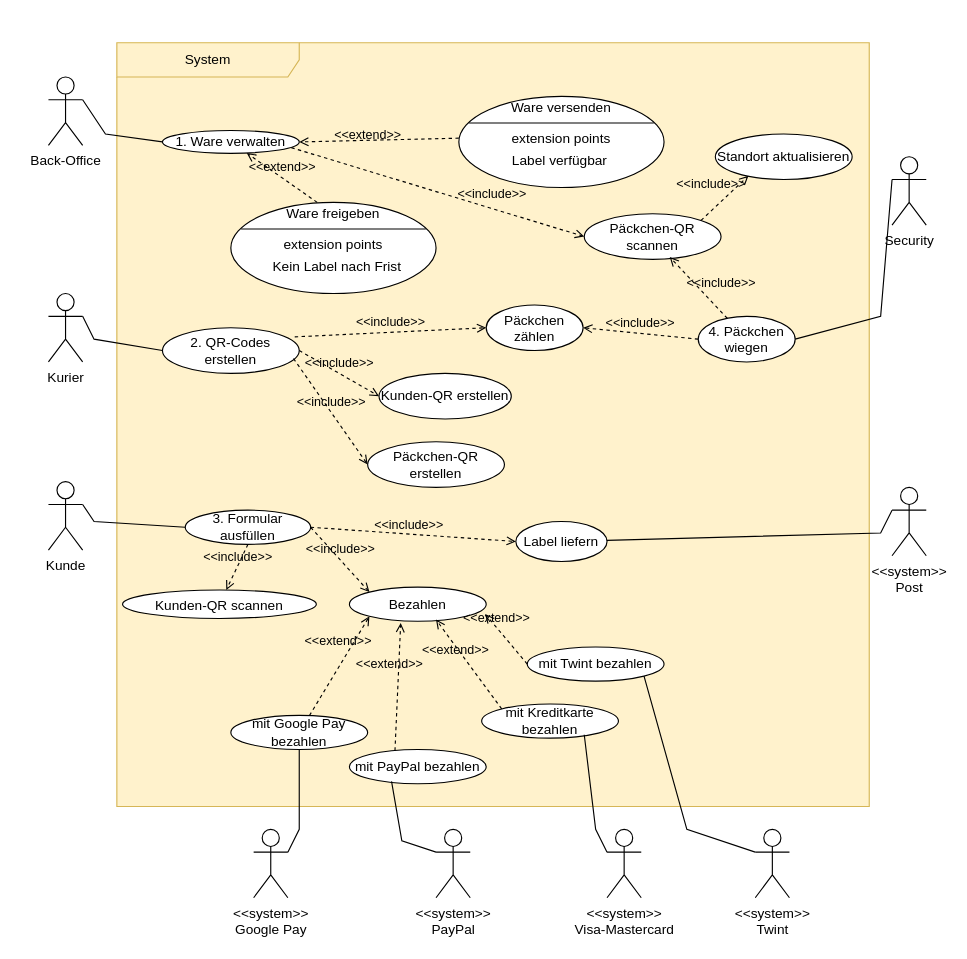
ferreric/ffhs_swem keeps this draw.io diagram as GOWSI_lb_use-case-big.drawio. Above is the earlier version. Source tidied: cells renumbered, new cells numbered last; positions are measured from the earlier drawing's top-left corner, leaving out a move shared by most shapes. Both pictures are drawn from the tidied source at 114%, with x=0, y=0 at pixel (48, 42).
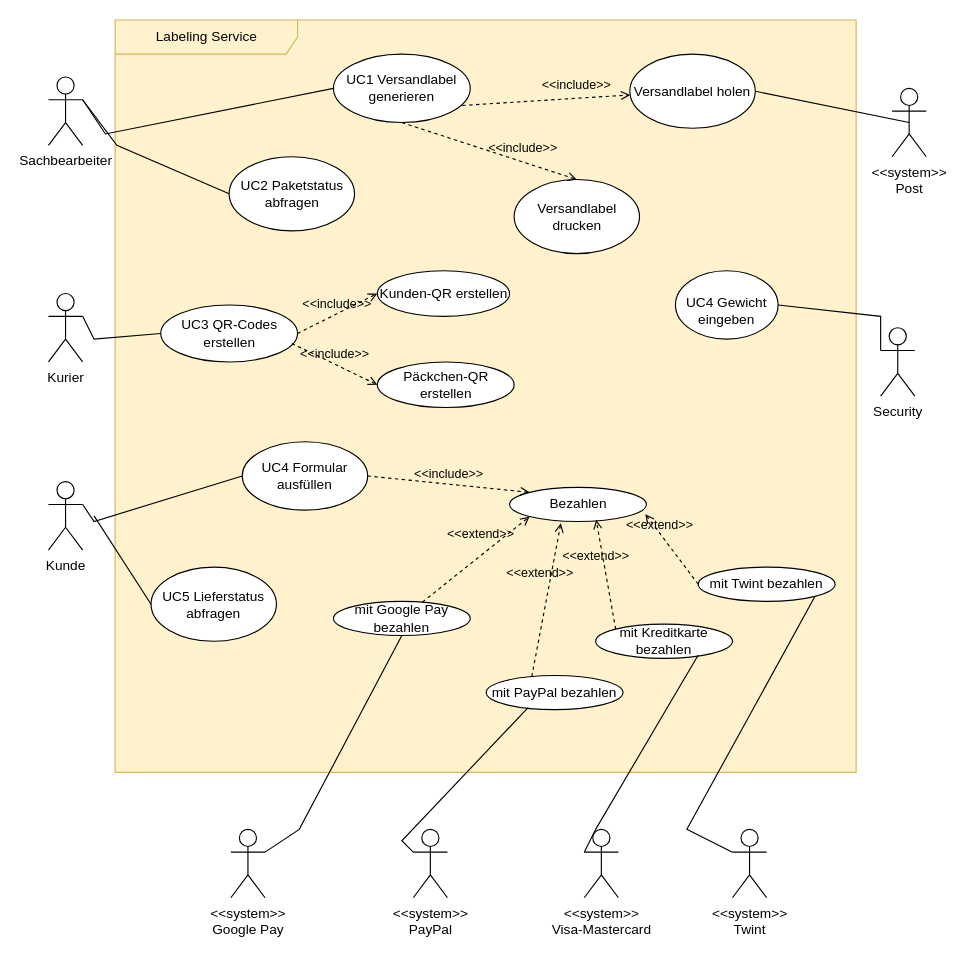
After the change.

Change to the diagram source:
```diff
@@
-    <mxCell id="2" value="System" style="shape=umlFrame;whiteSpace=wrap;html=1;width=160;fillStyle=auto;fillColor=#fff2cc;strokeColor=#d6b656;noLabel=0;gradientColor=none;swimlaneFillColor=#FFF2CC;" parent="1" vertex="1">
-      <mxGeometry x="60" width="660" height="670" as="geometry" />
+    <mxCell id="2" value="Labeling Service" style="shape=umlFrame;whiteSpace=wrap;html=1;width=160;fillStyle=auto;fillColor=#fff2cc;strokeColor=#d6b656;noLabel=0;gradientColor=none;swimlaneFillColor=#FFF2CC;" parent="1" vertex="1">
+      <mxGeometry x="58.5" y="-20" width="650" height="660" as="geometry" />
     </mxCell>
-    <mxCell id="3" value="&lt;div&gt;Kunden-QR scannen&lt;br&gt;&lt;/div&gt;" style="ellipse;whiteSpace=wrap;html=1;verticalAlign=top;" parent="2" vertex="1">
-      <mxGeometry x="5" y="480" width="170" height="25" as="geometry" />
-    </mxCell>
-    <mxCell id="4" value="&lt;div&gt;4. Päckchen wiegen&lt;/div&gt;" style="ellipse;whiteSpace=wrap;html=1;verticalAlign=top;" parent="2" vertex="1">
-      <mxGeometry x="510" y="240" width="85" height="40" as="geometry" />
+    <mxCell id="4" value="&lt;br&gt;UC4 Gewicht eingeben" style="ellipse;whiteSpace=wrap;html=1;verticalAlign=top;" parent="2" vertex="1">
+      <mxGeometry x="491.5" y="220" width="90" height="60" as="geometry" />
     </mxCell>
-    <mxCell id="5" value="Label liefern" style="ellipse;whiteSpace=wrap;html=1;dashed=0;" parent="2" vertex="1">
-      <mxGeometry x="350" y="420" width="80" height="35" as="geometry" />
+    <mxCell id="5" value="Versandlabel holen" style="ellipse;whiteSpace=wrap;html=1;dashed=0;" parent="2" vertex="1">
+      <mxGeometry x="451.5" y="30" width="110" height="65" as="geometry" />
     </mxCell>
-    <mxCell id="6" value="2. QR-Codes erstellen" style="ellipse;whiteSpace=wrap;html=1;" parent="2" vertex="1">
-      <mxGeometry x="40" y="250" width="120" height="40" as="geometry" />
+    <mxCell id="6" value="UC3 QR-Codes erstellen" style="ellipse;whiteSpace=wrap;html=1;" parent="2" vertex="1">
+      <mxGeometry x="40" y="250" width="120" height="50" as="geometry" />
     </mxCell>
-    <mxCell id="7" value="&amp;lt;&amp;lt;include&amp;gt;&amp;gt;" style="html=1;verticalAlign=bottom;labelBackgroundColor=none;endArrow=open;endFill=0;dashed=1;rounded=0;exitX=0.5;exitY=1;exitDx=0;exitDy=0;" parent="2" edge="1" source="9" target="3">
-      <mxGeometry relative="1" as="geometry" />
-    </mxCell>
-    <mxCell id="8" value="&amp;lt;&amp;lt;include&amp;gt;&amp;gt;" style="html=1;verticalAlign=bottom;labelBackgroundColor=none;endArrow=open;endFill=0;dashed=1;rounded=0;entryX=0;entryY=0.5;entryDx=0;entryDy=0;exitX=1;exitY=0.5;exitDx=0;exitDy=0;" parent="2" edge="1" source="9" target="5">
-      <mxGeometry x="-0.05" y="-1" relative="1" as="geometry" />
-    </mxCell>
-    <mxCell id="9" value="3. Formular ausfüllen" style="ellipse;whiteSpace=wrap;html=1;" parent="2" vertex="1">
-      <mxGeometry x="60" y="410" width="110" height="30" as="geometry" />
+    <mxCell id="9" value="UC4 Formular ausfüllen" style="ellipse;whiteSpace=wrap;html=1;" parent="2" vertex="1">
+      <mxGeometry x="111.5" y="370" width="110" height="60" as="geometry" />
     </mxCell>
     <mxCell id="10" value="Bezahlen" style="ellipse;whiteSpace=wrap;html=1;" parent="2" vertex="1">
-      <mxGeometry x="204" y="477.5" width="120" height="30" as="geometry" />
+      <mxGeometry x="346" y="410" width="120" height="30" as="geometry" />
     </mxCell>
-    <mxCell id="11" value="1. Ware verwalten" style="ellipse;whiteSpace=wrap;html=1;" parent="2" vertex="1">
-      <mxGeometry x="40" y="77" width="120" height="20" as="geometry" />
+    <mxCell id="11" value="UC1 Versandlabel generieren" style="ellipse;whiteSpace=wrap;html=1;" parent="2" vertex="1">
+      <mxGeometry x="191.5" y="30" width="120" height="60" as="geometry" />
     </mxCell>
-    <mxCell id="12" style="shape=ellipse;horizontal=1;html=1;dashed=0;" parent="2" vertex="1">
-      <mxGeometry x="100" y="140" width="180" height="80" as="geometry" />
-    </mxCell>
-    <mxCell id="13" value="Ware freigeben" style="html=1;strokeColor=none;fillColor=none;align=center;verticalAlign=middle;whiteSpace=wrap;" parent="12" vertex="1">
-      <mxGeometry width="180" height="20" as="geometry" />
-    </mxCell>
-    <mxCell id="14" style="line;strokeWidth=1;fillColor=none;labelPosition=right;dashed=0;" parent="12" vertex="1">
-      <mxGeometry x="9" y="20" width="162" height="6.7" as="geometry" />
-    </mxCell>
-    <mxCell id="15" value="extension points" style="text;html=1;align=center;verticalAlign=middle;fillColor=none;strokeColor=none;whiteSpace=wrap;" parent="12" vertex="1">
-      <mxGeometry y="26.7" width="180" height="20" as="geometry" />
-    </mxCell>
-    <mxCell id="16" value="Kein Label nach Frist" style="text;html=1;align=left;verticalAlign=middle;spacingLeft=25;fillColor=none;strokeColor=none;whiteSpace=wrap;" parent="12" vertex="1">
-      <mxGeometry x="10" y="46.7" width="170" height="20" as="geometry" />
-    </mxCell>
@@
-    <mxCell id="18" value="&amp;lt;&amp;lt;extend&amp;gt;&amp;gt;" style="html=1;verticalAlign=bottom;labelBackgroundColor=none;endArrow=open;endFill=0;dashed=1;rounded=0;" parent="2" edge="1" source="13" target="11">
-      <mxGeometry relative="1" as="geometry" />
-    </mxCell>
-    <mxCell id="19" value="Päckchen-QR scannen" style="ellipse;whiteSpace=wrap;html=1;" parent="2" vertex="1">
-      <mxGeometry x="410" y="150" width="120" height="40" as="geometry" />
-    </mxCell>
-    <mxCell id="20" value="&amp;lt;&amp;lt;include&amp;gt;&amp;gt;" style="html=1;verticalAlign=bottom;labelBackgroundColor=none;endArrow=open;endFill=0;dashed=1;rounded=0;entryX=0.625;entryY=0.95;entryDx=0;entryDy=0;entryPerimeter=0;" parent="2" edge="1" source="4" target="19">
-      <mxGeometry x="-0.47" y="-11" relative="1" as="geometry" />
-    </mxCell>
-    <mxCell id="21" value="&amp;lt;&amp;lt;include&amp;gt;&amp;gt;" style="html=1;verticalAlign=bottom;labelBackgroundColor=none;endArrow=open;endFill=0;dashed=1;rounded=0;entryX=0;entryY=0.5;entryDx=0;entryDy=0;exitX=0.942;exitY=0.75;exitDx=0;exitDy=0;exitPerimeter=0;" parent="2" edge="1" source="11" target="19">
+    <mxCell id="21" value="&amp;lt;&amp;lt;include&amp;gt;&amp;gt;" style="html=1;verticalAlign=bottom;labelBackgroundColor=none;endArrow=open;endFill=0;dashed=1;rounded=0;exitX=0.942;exitY=0.75;exitDx=0;exitDy=0;exitPerimeter=0;" parent="2" edge="1" source="11" target="5">
       <mxGeometry x="0.36" y="3" relative="1" as="geometry" />
     </mxCell>
-    <mxCell id="22" value="Standort aktualisieren" style="ellipse;whiteSpace=wrap;html=1;" parent="2" vertex="1">
-      <mxGeometry x="525" y="80" width="120" height="40" as="geometry" />
-    </mxCell>
-    <mxCell id="23" value="&amp;lt;&amp;lt;include&amp;gt;&amp;gt;" style="html=1;verticalAlign=bottom;labelBackgroundColor=none;endArrow=open;endFill=0;dashed=1;rounded=0;entryX=0.242;entryY=0.917;entryDx=0;entryDy=0;exitX=1;exitY=0;exitDx=0;exitDy=0;entryPerimeter=0;" parent="2" edge="1" source="19" target="22">
-      <mxGeometry x="-0.24" y="11" relative="1" as="geometry" />
-    </mxCell>
-    <mxCell id="24" value="Päckchen zählen" style="ellipse;whiteSpace=wrap;html=1;verticalAlign=top;" parent="2" vertex="1">
-      <mxGeometry x="324" y="230" width="85" height="40" as="geometry" />
-    </mxCell>
-    <mxCell id="25" value="&amp;lt;&amp;lt;include&amp;gt;&amp;gt;" style="html=1;verticalAlign=bottom;labelBackgroundColor=none;endArrow=open;endFill=0;dashed=1;rounded=0;entryX=1;entryY=0.5;entryDx=0;entryDy=0;exitX=0;exitY=0.5;exitDx=0;exitDy=0;" parent="2" edge="1" source="4" target="24">
-      <mxGeometry relative="1" as="geometry" />
-    </mxCell>
     <mxCell id="26" value="Kunden-QR erstellen" style="ellipse;whiteSpace=wrap;html=1;" parent="2" vertex="1">
-      <mxGeometry x="230" y="290" width="116" height="40" as="geometry" />
+      <mxGeometry x="230" y="220" width="116" height="40" as="geometry" />
     </mxCell>
     <mxCell id="27" value="Päckchen-QR erstellen" style="ellipse;whiteSpace=wrap;html=1;" parent="2" vertex="1">
-      <mxGeometry x="220" y="350" width="120" height="40" as="geometry" />
+      <mxGeometry x="230" y="300" width="120" height="40" as="geometry" />
     </mxCell>
@@
-    <mxCell id="30" value="&amp;lt;&amp;lt;include&amp;gt;&amp;gt;" style="html=1;verticalAlign=bottom;labelBackgroundColor=none;endArrow=open;endFill=0;dashed=1;rounded=0;exitX=0.967;exitY=0.2;exitDx=0;exitDy=0;entryX=0;entryY=0.5;entryDx=0;entryDy=0;exitPerimeter=0;" parent="2" edge="1" source="6" target="24">
-      <mxGeometry relative="1" as="geometry" />
-    </mxCell>
     <mxCell id="31" value="mit Twint bezahlen" style="ellipse;whiteSpace=wrap;html=1;" parent="2" vertex="1">
-      <mxGeometry x="360" y="530" width="120" height="30" as="geometry" />
+      <mxGeometry x="511.5" y="480" width="120" height="30" as="geometry" />
     </mxCell>
     <mxCell id="32" value="mit Kreditkarte bezahlen" style="ellipse;whiteSpace=wrap;html=1;" parent="2" vertex="1">
-      <mxGeometry x="320" y="580" width="120" height="30" as="geometry" />
+      <mxGeometry x="421.5" y="530" width="120" height="30" as="geometry" />
     </mxCell>
     <mxCell id="33" value="mit Google Pay bezahlen" style="ellipse;whiteSpace=wrap;html=1;" parent="2" vertex="1">
-      <mxGeometry x="100" y="590" width="120" height="30" as="geometry" />
+      <mxGeometry x="191.5" y="510" width="120" height="30" as="geometry" />
     </mxCell>
     <mxCell id="34" value="mit PayPal bezahlen" style="ellipse;whiteSpace=wrap;html=1;" parent="2" vertex="1">
-      <mxGeometry x="204" y="620" width="120" height="30" as="geometry" />
+      <mxGeometry x="325.5" y="575" width="120" height="30" as="geometry" />
     </mxCell>
@@
+    <mxCell id="63" value="Versandlabel drucken" style="ellipse;whiteSpace=wrap;html=1;dashed=0;" parent="2" vertex="1">
+      <mxGeometry x="350" y="140" width="110" height="65" as="geometry" />
+    </mxCell>
+    <mxCell id="64" value="&amp;lt;&amp;lt;include&amp;gt;&amp;gt;" style="html=1;verticalAlign=bottom;labelBackgroundColor=none;endArrow=open;endFill=0;dashed=1;rounded=0;exitX=0.5;exitY=1;exitDx=0;exitDy=0;entryX=0.5;entryY=0;entryDx=0;entryDy=0;" parent="2" edge="1" source="11" target="63">
+      <mxGeometry x="0.36" y="3" relative="1" as="geometry" />
+    </mxCell>
+    <mxCell id="65" value="UC2 Paketstatus abfragen" style="ellipse;whiteSpace=wrap;html=1;dashed=0;" parent="2" vertex="1">
+      <mxGeometry x="100" y="120" width="110" height="65" as="geometry" />
+    </mxCell>
+    <mxCell id="66" value="UC5 Lieferstatus abfragen" style="ellipse;whiteSpace=wrap;html=1;dashed=0;" parent="2" vertex="1">
+      <mxGeometry x="31.5" y="480" width="110" height="65" as="geometry" />
+    </mxCell>
-    <mxCell id="39" value="Back-Office" style="shape=umlActor;verticalLabelPosition=bottom;verticalAlign=top;html=1;" parent="1" vertex="1">
+    <mxCell id="39" value="Sachbearbeiter" style="shape=umlActor;verticalLabelPosition=bottom;verticalAlign=top;html=1;" parent="1" vertex="1">
       <mxGeometry y="30" width="30" height="60" as="geometry" />
     </mxCell>
     <mxCell id="40" value="Security" style="shape=umlActor;verticalLabelPosition=bottom;verticalAlign=top;html=1;" parent="1" vertex="1">
-      <mxGeometry x="740" y="100" width="30" height="60" as="geometry" />
+      <mxGeometry x="730" y="250" width="30" height="60" as="geometry" />
     </mxCell>
@@
-    <mxCell id="44" style="endArrow=none;html=1;rounded=0;entryX=0;entryY=0.3333333333333333;entryDx=0;entryDy=0;entryPerimeter=0;" parent="1" edge="1" source="5" target="45">
-      <mxGeometry relative="1" as="geometry">
-        <Array as="points">
-          <mxPoint x="730" y="430" />
-        </Array>
-      </mxGeometry>
-    </mxCell>
     <mxCell id="45" value="&lt;div&gt;&amp;lt;&amp;lt;system&amp;gt;&amp;gt;&lt;/div&gt;&lt;div&gt;Post&lt;br&gt;&lt;/div&gt;" style="shape=umlActor;verticalLabelPosition=bottom;verticalAlign=top;html=1;" parent="1" vertex="1">
-      <mxGeometry x="740" y="390" width="30" height="60" as="geometry" />
+      <mxGeometry x="740" y="40" width="30" height="60" as="geometry" />
     </mxCell>
@@
-    <mxCell id="48" style="shape=ellipse;horizontal=1;html=1;dashed=0;" parent="1" vertex="1">
-      <mxGeometry x="360" y="47" width="180" height="80" as="geometry" />
-    </mxCell>
-    <mxCell id="49" value="Ware versenden" style="html=1;strokeColor=none;fillColor=none;align=center;verticalAlign=middle;whiteSpace=wrap;" parent="48" vertex="1">
-      <mxGeometry width="180" height="20" as="geometry" />
-    </mxCell>
-    <mxCell id="50" style="line;strokeWidth=1;fillColor=none;labelPosition=right;dashed=0;" parent="48" vertex="1">
-      <mxGeometry x="9" y="20" width="162" height="6.7" as="geometry" />
-    </mxCell>
-    <mxCell id="51" value="extension points" style="text;html=1;align=center;verticalAlign=middle;fillColor=none;strokeColor=none;whiteSpace=wrap;" parent="48" vertex="1">
-      <mxGeometry y="26.7" width="180" height="20" as="geometry" />
-    </mxCell>
-    <mxCell id="52" value="Label verfügbar" style="text;html=1;align=left;verticalAlign=middle;spacingLeft=25;fillColor=none;strokeColor=none;whiteSpace=wrap;" parent="48" vertex="1">
-      <mxGeometry x="20" y="46.7" width="160" height="20" as="geometry" />
-    </mxCell>
-    <mxCell id="53" value="&amp;lt;&amp;lt;extend&amp;gt;&amp;gt;" style="html=1;verticalAlign=bottom;labelBackgroundColor=none;endArrow=open;endFill=0;dashed=1;rounded=0;exitX=0;exitY=0.5;exitDx=0;exitDy=0;entryX=1;entryY=0.5;entryDx=0;entryDy=0;" parent="1" edge="1" source="51" target="11">
-      <mxGeometry x="0.14" y="4" relative="1" as="geometry" />
-    </mxCell>
@@
     <mxCell id="55" value="&lt;div&gt;&amp;lt;&amp;lt;system&amp;gt;&amp;gt;&lt;/div&gt;&lt;div&gt;Google Pay&lt;br&gt;&lt;/div&gt;" style="shape=umlActor;verticalLabelPosition=bottom;verticalAlign=top;html=1;" parent="1" vertex="1">
-      <mxGeometry x="180" y="690" width="30" height="60" as="geometry" />
+      <mxGeometry x="160" y="690" width="30" height="60" as="geometry" />
     </mxCell>
     <mxCell id="56" value="&lt;div&gt;&amp;lt;&amp;lt;system&amp;gt;&amp;gt;&lt;/div&gt;&lt;div&gt;PayPal&lt;br&gt;&lt;/div&gt;" style="shape=umlActor;verticalLabelPosition=bottom;verticalAlign=top;html=1;" parent="1" vertex="1">
-      <mxGeometry x="340" y="690" width="30" height="60" as="geometry" />
+      <mxGeometry x="320" y="690" width="30" height="60" as="geometry" />
     </mxCell>
     <mxCell id="57" value="&lt;div&gt;&amp;lt;&amp;lt;system&amp;gt;&amp;gt;&lt;/div&gt;&lt;div&gt;Visa-Mastercard&lt;br&gt;&lt;/div&gt;" style="shape=umlActor;verticalLabelPosition=bottom;verticalAlign=top;html=1;" parent="1" vertex="1">
-      <mxGeometry x="490" y="690" width="30" height="60" as="geometry" />
+      <mxGeometry x="470" y="690" width="30" height="60" as="geometry" />
     </mxCell>
     <mxCell id="58" value="&lt;div&gt;&amp;lt;&amp;lt;system&amp;gt;&amp;gt;&lt;/div&gt;&lt;div&gt;Twint&lt;br&gt;&lt;/div&gt;" style="shape=umlActor;verticalLabelPosition=bottom;verticalAlign=top;html=1;" parent="1" vertex="1">
-      <mxGeometry x="620" y="690" width="30" height="60" as="geometry" />
+      <mxGeometry x="600" y="690" width="30" height="60" as="geometry" />
     </mxCell>
@@
+    <mxCell id="67" style="endArrow=none;html=1;rounded=0;entryX=1;entryY=0.5;entryDx=0;entryDy=0;exitX=0.5;exitY=0.5;exitDx=0;exitDy=0;exitPerimeter=0;" parent="1" edge="1" source="45" target="5">
+      <mxGeometry relative="1" as="geometry" />
+    </mxCell>
+    <mxCell id="68" style="endArrow=none;html=1;rounded=0;entryX=0;entryY=0.5;entryDx=0;entryDy=0;exitX=1;exitY=0.3333333333333333;exitDx=0;exitDy=0;exitPerimeter=0;" parent="1" edge="1" source="39" target="65">
+      <mxGeometry relative="1" as="geometry">
+        <Array as="points">
+          <mxPoint x="60" y="90" />
+        </Array>
+      </mxGeometry>
+    </mxCell>
+    <mxCell id="69" style="endArrow=none;html=1;rounded=0;entryX=0;entryY=0.5;entryDx=0;entryDy=0;exitX=1;exitY=0.3333333333333333;exitDx=0;exitDy=0;exitPerimeter=0;" parent="1" edge="1" target="66">
+      <mxGeometry relative="1" as="geometry">
+        <mxPoint x="40" y="415" as="sourcePoint" />
+      </mxGeometry>
+    </mxCell>
```
